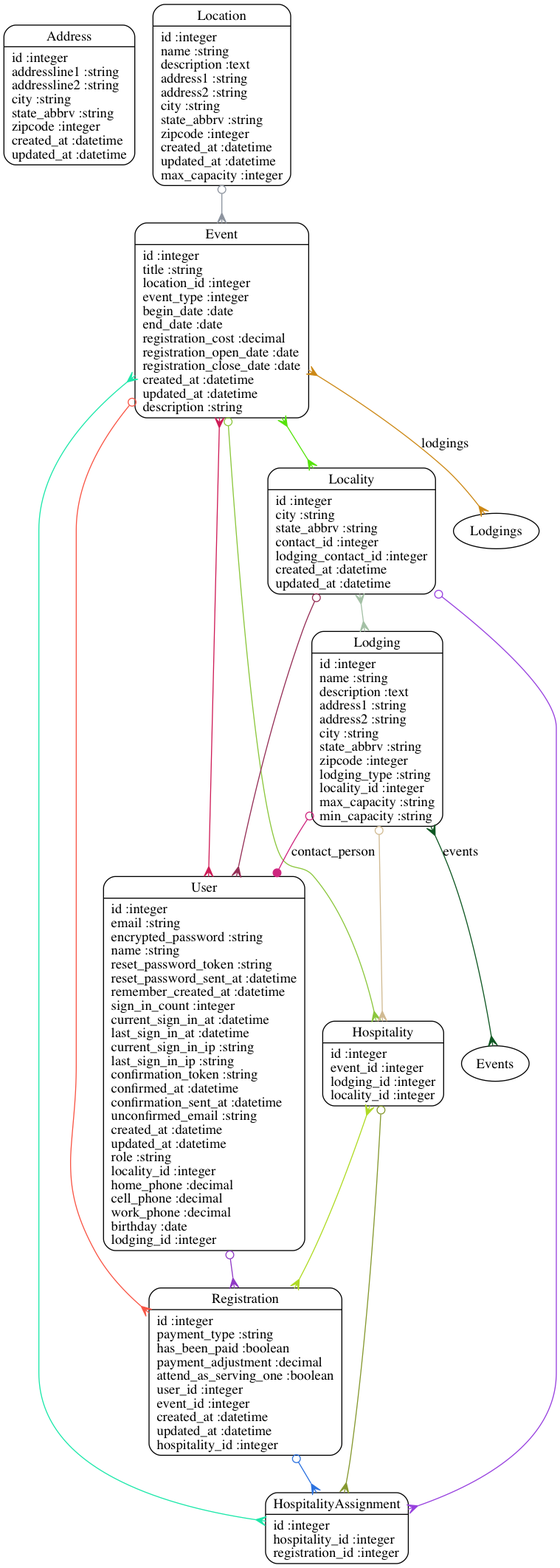
Before: models.png, a diagram exported from Graphviz (hdfelix/ypreg). Its source is kept beside it as models.dot.
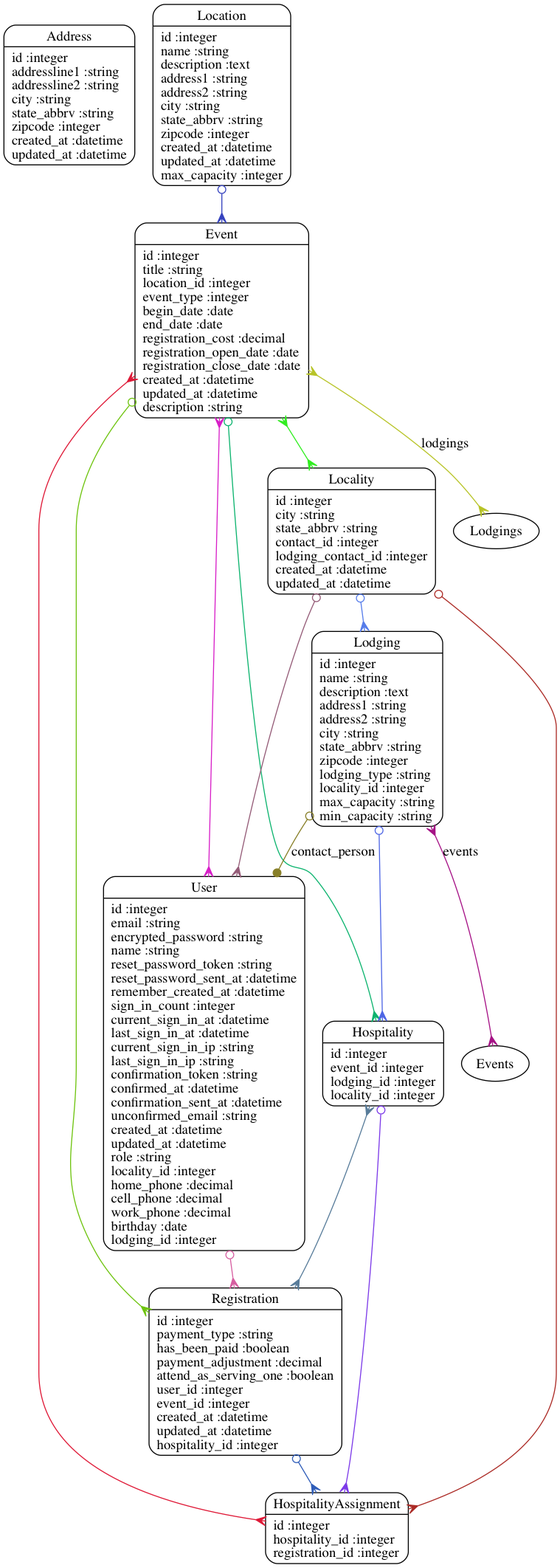
After the commit.

Commit message:
Updated schema diagram

The edit, as a diff of the source:
```diff
@@ -9,21 +9,21 @@
 	"Lodging" [shape=Mrecord, label="{Lodging|id :integer\lname :string\ldescription :text\laddress1 :string\laddress2 :string\lcity :string\lstate_abbrv :string\lzipcode :integer\llodging_type :string\llocality_id :integer\lmax_capacity :string\lmin_capacity :string\l}"]
 	"Registration" [shape=Mrecord, label="{Registration|id :integer\lpayment_type :string\lhas_been_paid :boolean\lpayment_adjustment :decimal\lattend_as_serving_one :boolean\luser_id :integer\levent_id :integer\lcreated_at :datetime\lupdated_at :datetime\lhospitality_id :integer\l}"]
 	"User" [shape=Mrecord, label="{User|id :integer\lemail :string\lencrypted_password :string\lname :string\lreset_password_token :string\lreset_password_sent_at :datetime\lremember_created_at :datetime\lsign_in_count :integer\lcurrent_sign_in_at :datetime\llast_sign_in_at :datetime\lcurrent_sign_in_ip :string\llast_sign_in_ip :string\lconfirmation_token :string\lconfirmed_at :datetime\lconfirmation_sent_at :datetime\lunconfirmed_email :string\lcreated_at :datetime\lupdated_at :datetime\lrole :string\llocality_id :integer\lhome_phone :decimal\lcell_phone :decimal\lwork_phone :decimal\lbirthday :date\llodging_id :integer\l}"]
-	"Event" -> "Registration" [arrowtail=odot, arrowhead=crow, dir=both color="#F85545"]
-	"Event" -> "User" [arrowtail=crow, arrowhead=crow, dir=both color="#CE1C57"]
-	"Event" -> "Locality" [arrowtail=crow, arrowhead=crow, dir=both color="#56E30C"]
-	"Event" -> "Hospitality" [arrowtail=odot, arrowhead=crow, dir=both color="#8BC63C"]
-	"Event" -> "Lodgings" [label="lodgings", arrowtail=crow, arrowhead=crow, dir=both color="#CC8815"]
-	"Event" -> "HospitalityAssignment" [arrowtail=crow, arrowhead=crow, dir=both color="#1CE7A9"]
-	"Hospitality" -> "HospitalityAssignment" [arrowtail=odot, arrowhead=crow, dir=both color="#85982F"]
-	"Hospitality" -> "Registration" [arrowtail=crow, arrowhead=crow, dir=both color="#AFDA24"]
-	"Locality" -> "User" [arrowtail=odot, arrowhead=crow, dir=both color="#952E56"]
-	"Locality" -> "HospitalityAssignment" [arrowtail=odot, arrowhead=crow, dir=both color="#9740DE"]
-	"Locality" -> "Lodging" [arrowtail=crow, arrowhead=crow, dir=both color="#A3C0A5"]
-	"Location" -> "Event" [arrowtail=odot, arrowhead=crow, dir=both color="#8C939E"]
-	"Lodging" -> "Hospitality" [arrowtail=odot, arrowhead=crow, dir=both color="#D0BA92"]
-	"Lodging" -> "Events" [label="events", arrowtail=crow, arrowhead=crow, dir=both color="#0E5722"]
-	"Lodging" -> "User" [label="contact_person", arrowtail=odot, arrowhead=dot, dir=both color="#CE267F"]
-	"Registration" -> "HospitalityAssignment" [arrowtail=odot, arrowhead=crow, dir=both color="#2C72DF"]
-	"User" -> "Registration" [arrowtail=odot, arrowhead=crow, dir=both color="#9039C5"]
+	"Event" -> "Registration" [arrowtail=odot, arrowhead=crow, dir=both color="#6EC30F"]
+	"Event" -> "User" [arrowtail=crow, arrowhead=crow, dir=both color="#D71EC7"]
+	"Event" -> "Locality" [arrowtail=crow, arrowhead=crow, dir=both color="#31ED21"]
+	"Event" -> "Hospitality" [arrowtail=odot, arrowhead=crow, dir=both color="#0CB36E"]
+	"Event" -> "Lodgings" [label="lodgings", arrowtail=crow, arrowhead=crow, dir=both color="#B7C327"]
+	"Event" -> "HospitalityAssignment" [arrowtail=crow, arrowhead=crow, dir=both color="#DE1836"]
+	"Hospitality" -> "HospitalityAssignment" [arrowtail=odot, arrowhead=crow, dir=both color="#7C3AE8"]
+	"Hospitality" -> "Registration" [arrowtail=crow, arrowhead=crow, dir=both color="#587C9A"]
+	"Locality" -> "User" [arrowtail=odot, arrowhead=crow, dir=both color="#945B77"]
+	"Locality" -> "HospitalityAssignment" [arrowtail=odot, arrowhead=crow, dir=both color="#AB2A25"]
+	"Locality" -> "Lodging" [arrowtail=odot, arrowhead=crow, dir=both color="#567CEA"]
+	"Location" -> "Event" [arrowtail=odot, arrowhead=crow, dir=both color="#3542BE"]
+	"Lodging" -> "Hospitality" [arrowtail=odot, arrowhead=crow, dir=both color="#4D65E4"]
+	"Lodging" -> "Events" [label="events", arrowtail=crow, arrowhead=crow, dir=both color="#A51185"]
+	"Lodging" -> "User" [label="contact_person", arrowtail=odot, arrowhead=dot, dir=both color="#887F28"]
+	"Registration" -> "HospitalityAssignment" [arrowtail=odot, arrowhead=crow, dir=both color="#2E5CB8"]
+	"User" -> "Registration" [arrowtail=odot, arrowhead=crow, dir=both color="#D65EA0"]
 }
```
